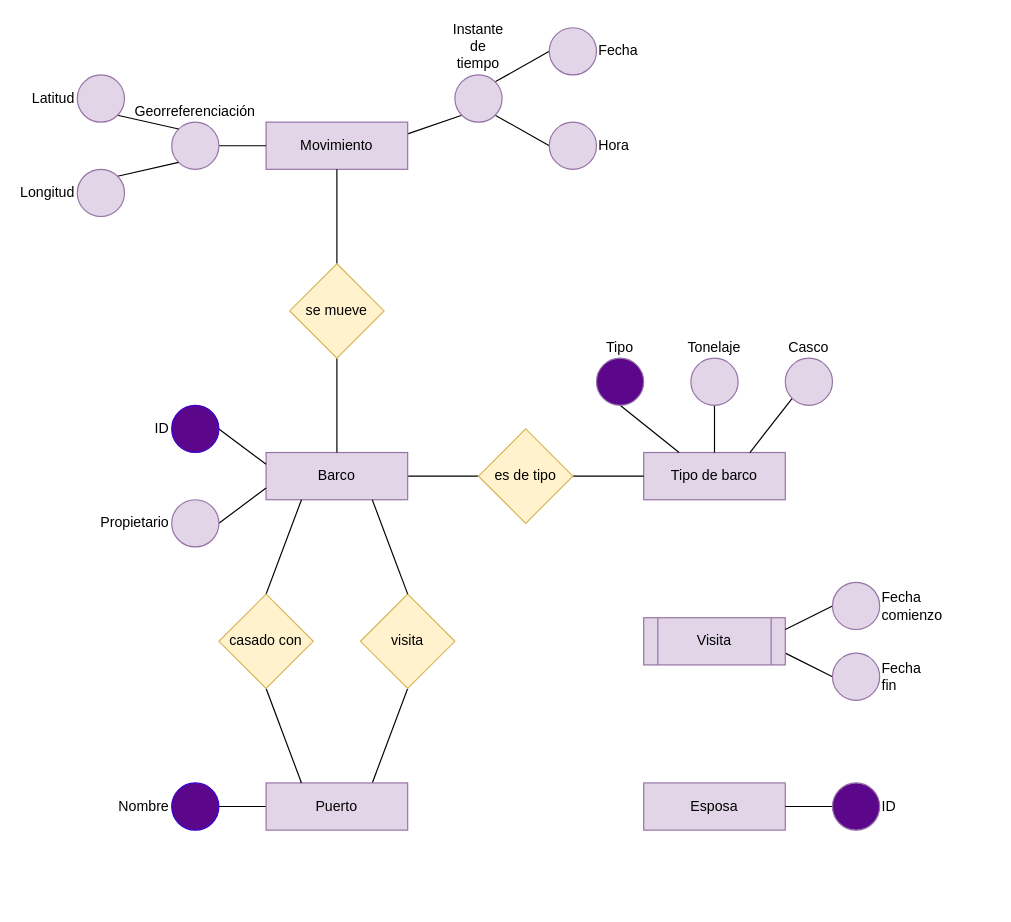
Above: relational-models/problems/ship-tracking.drawio in ull-cs/adbd (draw.io), before the change. Source tidied: cells renumbered, new cells numbered last; positions are measured from the earlier drawing's top-left corner, leaving out a move shared by most shapes. Both pictures are drawn from the tidied source at 118%, with x=0, y=0 at pixel (77, 27).
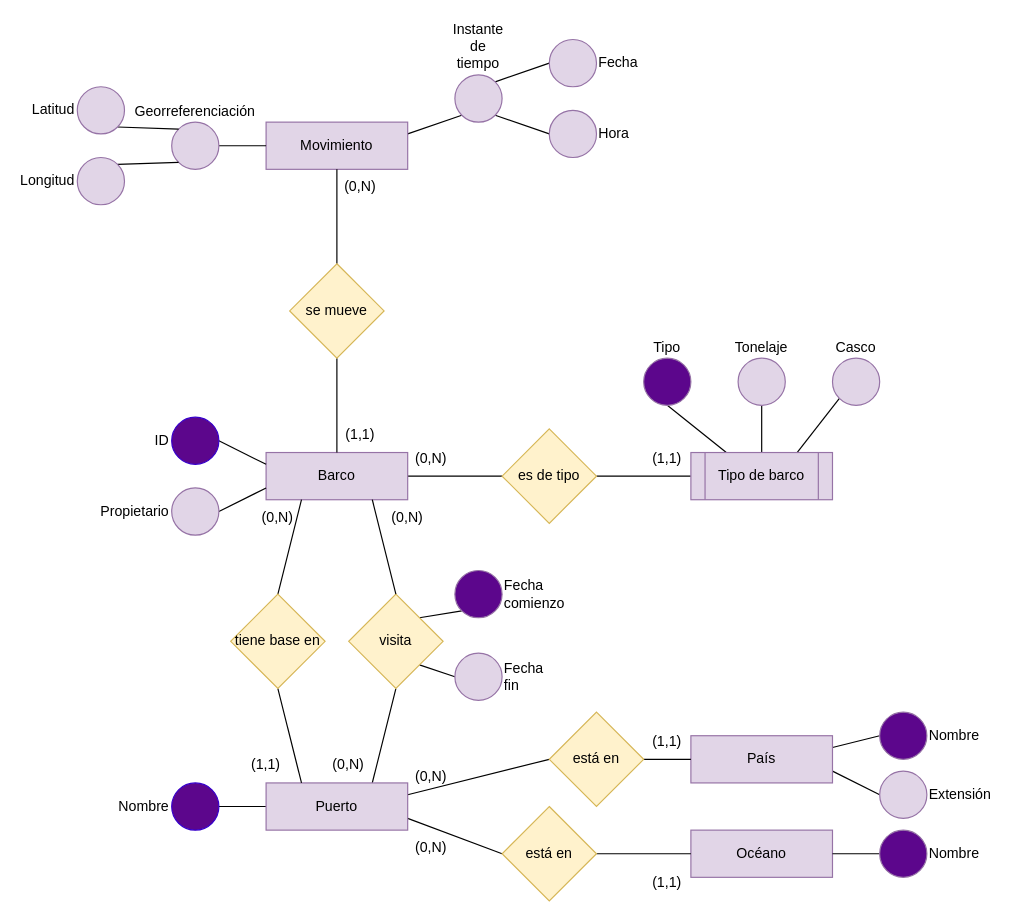
The same diagram, later.

The change refers to these unchanged cells:
```xml
<mxCell id="8" value="Puerto" style="rounded=0;whiteSpace=wrap;html=1;fillColor=#e1d5e7;strokeColor=#9673a6;" parent="1" vertex="1">
  <mxGeometry x="160" y="640" width="120" height="40" as="geometry" />
</mxCell>
```

Diff of the diagram source:
```diff
@@
-    <mxCell id="2" value="Esposa" style="rounded=0;whiteSpace=wrap;html=1;fillColor=#e1d5e7;strokeColor=#9673a6;" parent="1" vertex="1">
-      <mxGeometry x="480" y="640" width="120" height="40" as="geometry" />
+    <mxCell id="2" value="Océano" style="rounded=0;whiteSpace=wrap;html=1;fillColor=#e1d5e7;strokeColor=#9673a6;" parent="1" vertex="1">
+      <mxGeometry x="520" y="680" width="120" height="40" as="geometry" />
     </mxCell>
@@
+    <mxCell id="50" style="edgeStyle=none;html=1;exitX=1;exitY=0;exitDx=0;exitDy=0;entryX=0;entryY=1;entryDx=0;entryDy=0;endArrow=none;endFill=0;" parent="1" edge="1" source="6" target="71">
+      <mxGeometry relative="1" as="geometry" />
+    </mxCell>
+    <mxCell id="51" style="edgeStyle=none;html=1;exitX=1;exitY=1;exitDx=0;exitDy=0;entryX=0;entryY=0.5;entryDx=0;entryDy=0;endArrow=none;endFill=0;" parent="1" edge="1" source="6" target="72">
+      <mxGeometry relative="1" as="geometry" />
+    </mxCell>
     <mxCell id="6" value="visita" style="rhombus;whiteSpace=wrap;html=1;fillColor=#fff2cc;strokeColor=#d6b656;" parent="1" vertex="1">
-      <mxGeometry x="240" y="480" width="80" height="80" as="geometry" />
+      <mxGeometry x="230" y="480" width="80" height="80" as="geometry" />
     </mxCell>
@@
+    <mxCell id="52" style="edgeStyle=none;html=1;exitX=1;exitY=0.25;exitDx=0;exitDy=0;entryX=0;entryY=0.5;entryDx=0;entryDy=0;endArrow=none;endFill=0;" parent="1" edge="1" source="8" target="56">
+      <mxGeometry relative="1" as="geometry" />
+    </mxCell>
+    <mxCell id="53" style="edgeStyle=none;html=1;exitX=1;exitY=0.75;exitDx=0;exitDy=0;entryX=0;entryY=0.5;entryDx=0;entryDy=0;endArrow=none;endFill=0;" parent="1" edge="1" source="8" target="58">
+      <mxGeometry relative="1" as="geometry" />
+    </mxCell>
@@
-    <mxCell id="14" value="ID" style="ellipse;whiteSpace=wrap;html=1;fillColor=#5C068C;strokeColor=#9673a6;verticalAlign=middle;labelPosition=right;verticalLabelPosition=middle;align=left;" parent="1" vertex="1">
-      <mxGeometry x="640" y="640" width="40" height="40" as="geometry" />
+    <mxCell id="14" value="Nombre" style="ellipse;whiteSpace=wrap;html=1;fillColor=#5C068C;strokeColor=#9673a6;verticalAlign=middle;labelPosition=right;verticalLabelPosition=middle;align=left;" parent="1" vertex="1">
+      <mxGeometry x="680" y="680" width="40" height="40" as="geometry" />
     </mxCell>
@@
-    <mxCell id="16" style="edgeStyle=none;html=1;exitX=1;exitY=0.75;exitDx=0;exitDy=0;entryX=0;entryY=0.5;entryDx=0;entryDy=0;endArrow=none;endFill=0;" parent="1" edge="1" source="17" target="34">
+    <mxCell id="16" style="edgeStyle=none;html=1;exitX=1;exitY=0.75;exitDx=0;exitDy=0;entryX=0;entryY=0.5;entryDx=0;entryDy=0;endArrow=none;endFill=0;" parent="1" edge="1" source="54" target="34">
       <mxGeometry relative="1" as="geometry" />
     </mxCell>
-    <mxCell id="17" value="Visita" style="shape=process;whiteSpace=wrap;html=1;backgroundOutline=1;fillColor=#e1d5e7;strokeColor=#9673a6;" parent="1" vertex="1">
-      <mxGeometry x="480" y="500" width="120" height="40" as="geometry" />
-    </mxCell>
     <mxCell id="18" value="Fecha" style="ellipse;whiteSpace=wrap;html=1;fillColor=#e1d5e7;strokeColor=#9673a6;verticalAlign=middle;labelPosition=right;verticalLabelPosition=middle;align=left;" parent="1" vertex="1">
-      <mxGeometry x="400" width="40" height="40" as="geometry" />
+      <mxGeometry x="400" y="10" width="40" height="40" as="geometry" />
     </mxCell>
     <mxCell id="19" value="Hora" style="ellipse;whiteSpace=wrap;html=1;fillColor=#e1d5e7;strokeColor=#9673a6;verticalAlign=middle;labelPosition=right;verticalLabelPosition=middle;align=left;labelBackgroundColor=default;" parent="1" vertex="1">
-      <mxGeometry x="400" y="80" width="40" height="40" as="geometry" />
+      <mxGeometry x="400" y="70" width="40" height="40" as="geometry" />
     </mxCell>
@@
     <mxCell id="25" value="ID" style="ellipse;whiteSpace=wrap;html=1;fillColor=#5C068C;fontColor=#000000;strokeColor=#3700CC;verticalAlign=middle;labelPosition=left;verticalLabelPosition=middle;align=right;" parent="1" vertex="1">
-      <mxGeometry x="80" y="320" width="40" height="40" as="geometry" />
+      <mxGeometry x="80" y="330" width="40" height="40" as="geometry" />
     </mxCell>
@@
     <mxCell id="27" value="Propietario" style="ellipse;whiteSpace=wrap;html=1;fillColor=#e1d5e7;strokeColor=#9673a6;verticalAlign=middle;labelPosition=left;verticalLabelPosition=middle;align=right;" parent="1" vertex="1">
-      <mxGeometry x="80" y="400" width="40" height="40" as="geometry" />
+      <mxGeometry x="80" y="390" width="40" height="40" as="geometry" />
     </mxCell>
@@
-    <mxCell id="29" style="edgeStyle=none;html=1;exitX=0;exitY=0.5;exitDx=0;exitDy=0;entryX=1;entryY=0.25;entryDx=0;entryDy=0;endArrow=none;endFill=0;" parent="1" edge="1" source="30" target="17">
+    <mxCell id="29" style="edgeStyle=none;html=1;exitX=0;exitY=0.5;exitDx=0;exitDy=0;entryX=1;entryY=0.25;entryDx=0;entryDy=0;endArrow=none;endFill=0;" parent="1" edge="1" source="30" target="54">
       <mxGeometry relative="1" as="geometry" />
     </mxCell>
-    <mxCell id="30" value="Fecha comienzo" style="ellipse;whiteSpace=wrap;html=1;fillColor=#e1d5e7;strokeColor=#9673a6;verticalAlign=middle;labelPosition=right;verticalLabelPosition=middle;align=left;" parent="1" vertex="1">
-      <mxGeometry x="640" y="470" width="40" height="40" as="geometry" />
+    <mxCell id="30" value="Nombre" style="ellipse;whiteSpace=wrap;html=1;fillColor=#5C068C;strokeColor=#9673a6;verticalAlign=middle;labelPosition=right;verticalLabelPosition=middle;align=left;" parent="1" vertex="1">
+      <mxGeometry x="680" y="580" width="40" height="40" as="geometry" />
     </mxCell>
@@
-    <mxCell id="33" value="casado con" style="rhombus;whiteSpace=wrap;html=1;fillColor=#fff2cc;strokeColor=#d6b656;" parent="1" vertex="1">
-      <mxGeometry x="120" y="480" width="80" height="80" as="geometry" />
+    <mxCell id="33" value="tiene base en" style="rhombus;whiteSpace=wrap;html=1;fillColor=#fff2cc;strokeColor=#d6b656;" parent="1" vertex="1">
+      <mxGeometry x="130" y="480" width="80" height="80" as="geometry" />
     </mxCell>
-    <mxCell id="34" value="Fecha fin" style="ellipse;whiteSpace=wrap;html=1;fillColor=#e1d5e7;strokeColor=#9673a6;verticalAlign=middle;labelPosition=right;verticalLabelPosition=middle;align=left;" parent="1" vertex="1">
-      <mxGeometry x="640" y="530" width="40" height="40" as="geometry" />
+    <mxCell id="34" value="Extensión" style="ellipse;whiteSpace=wrap;html=1;fillColor=#e1d5e7;strokeColor=#9673a6;verticalAlign=middle;labelPosition=right;verticalLabelPosition=middle;align=left;" parent="1" vertex="1">
+      <mxGeometry x="680" y="630" width="40" height="40" as="geometry" />
     </mxCell>
@@
     <mxCell id="38" value="Latitud" style="ellipse;whiteSpace=wrap;html=1;fillColor=#e1d5e7;strokeColor=#9673a6;verticalAlign=middle;labelPosition=left;verticalLabelPosition=middle;align=right;" parent="1" vertex="1">
-      <mxGeometry y="40" width="40" height="40" as="geometry" />
+      <mxGeometry y="50" width="40" height="40" as="geometry" />
     </mxCell>
@@
     <mxCell id="40" value="Longitud" style="ellipse;whiteSpace=wrap;html=1;fillColor=#e1d5e7;strokeColor=#9673a6;verticalAlign=middle;labelPosition=left;verticalLabelPosition=middle;align=right;" parent="1" vertex="1">
-      <mxGeometry y="120" width="40" height="40" as="geometry" />
+      <mxGeometry y="110" width="40" height="40" as="geometry" />
     </mxCell>
-    <mxCell id="41" value="Tipo de barco" style="rounded=0;whiteSpace=wrap;html=1;fillColor=#e1d5e7;strokeColor=#9673a6;" parent="1" vertex="1">
-      <mxGeometry x="480" y="360" width="120" height="40" as="geometry" />
-    </mxCell>
-    <mxCell id="42" style="edgeStyle=none;html=1;exitX=1;exitY=0.5;exitDx=0;exitDy=0;entryX=0;entryY=0.5;entryDx=0;entryDy=0;endArrow=none;endFill=0;" parent="1" edge="1" source="43" target="41">
-      <mxGeometry relative="1" as="geometry" />
+    <mxCell id="42" style="edgeStyle=none;html=1;exitX=1;exitY=0.5;exitDx=0;exitDy=0;entryX=0;entryY=0.5;entryDx=0;entryDy=0;endArrow=none;endFill=0;" parent="1" edge="1" source="43">
+      <mxGeometry relative="1" as="geometry">
+        <mxPoint x="520" y="380" as="targetPoint" />
+      </mxGeometry>
     </mxCell>
     <mxCell id="43" value="es de tipo" style="rhombus;whiteSpace=wrap;html=1;fillColor=#fff2cc;strokeColor=#d6b656;" parent="1" vertex="1">
-      <mxGeometry x="340" y="340" width="80" height="80" as="geometry" />
+      <mxGeometry x="360" y="340" width="80" height="80" as="geometry" />
     </mxCell>
-    <mxCell id="44" style="edgeStyle=none;html=1;exitX=0.5;exitY=1;exitDx=0;exitDy=0;entryX=0.25;entryY=0;entryDx=0;entryDy=0;endArrow=none;endFill=0;" parent="1" edge="1" source="45" target="41">
-      <mxGeometry relative="1" as="geometry" />
+    <mxCell id="44" style="edgeStyle=none;html=1;exitX=0.5;exitY=1;exitDx=0;exitDy=0;entryX=0.25;entryY=0;entryDx=0;entryDy=0;endArrow=none;endFill=0;" parent="1" edge="1" source="45">
+      <mxGeometry relative="1" as="geometry">
+        <mxPoint x="550" y="360" as="targetPoint" />
+      </mxGeometry>
     </mxCell>
     <mxCell id="45" value="Tipo" style="ellipse;whiteSpace=wrap;html=1;fillColor=#5C068C;strokeColor=#9673a6;verticalAlign=bottom;labelPosition=center;verticalLabelPosition=top;align=center;" parent="1" vertex="1">
-      <mxGeometry x="440" y="280" width="40" height="40" as="geometry" />
+      <mxGeometry x="480" y="280" width="40" height="40" as="geometry" />
     </mxCell>
-    <mxCell id="46" style="edgeStyle=none;html=1;exitX=0.5;exitY=1;exitDx=0;exitDy=0;entryX=0.5;entryY=0;entryDx=0;entryDy=0;endArrow=none;endFill=0;" parent="1" edge="1" source="47" target="41">
-      <mxGeometry relative="1" as="geometry" />
+    <mxCell id="46" style="edgeStyle=none;html=1;exitX=0.5;exitY=1;exitDx=0;exitDy=0;entryX=0.5;entryY=0;entryDx=0;entryDy=0;endArrow=none;endFill=0;" parent="1" edge="1" source="47">
+      <mxGeometry relative="1" as="geometry">
+        <mxPoint x="580" y="360" as="targetPoint" />
+      </mxGeometry>
     </mxCell>
     <mxCell id="47" value="Tonelaje" style="ellipse;whiteSpace=wrap;html=1;fillColor=#e1d5e7;strokeColor=#9673a6;verticalAlign=bottom;labelPosition=center;verticalLabelPosition=top;align=center;" parent="1" vertex="1">
-      <mxGeometry x="520" y="280" width="40" height="40" as="geometry" />
+      <mxGeometry x="560" y="280" width="40" height="40" as="geometry" />
     </mxCell>
-    <mxCell id="48" style="edgeStyle=none;html=1;exitX=0;exitY=1;exitDx=0;exitDy=0;entryX=0.75;entryY=0;entryDx=0;entryDy=0;endArrow=none;endFill=0;" parent="1" edge="1" source="49" target="41">
-      <mxGeometry relative="1" as="geometry" />
+    <mxCell id="48" style="edgeStyle=none;html=1;exitX=0;exitY=1;exitDx=0;exitDy=0;entryX=0.75;entryY=0;entryDx=0;entryDy=0;endArrow=none;endFill=0;" parent="1" edge="1" source="49">
+      <mxGeometry relative="1" as="geometry">
+        <mxPoint x="610" y="360" as="targetPoint" />
+      </mxGeometry>
     </mxCell>
     <mxCell id="49" value="Casco" style="ellipse;whiteSpace=wrap;html=1;fillColor=#e1d5e7;strokeColor=#9673a6;verticalAlign=bottom;labelPosition=center;verticalLabelPosition=top;align=center;" parent="1" vertex="1">
-      <mxGeometry x="600" y="280" width="40" height="40" as="geometry" />
+      <mxGeometry x="640" y="280" width="40" height="40" as="geometry" />
     </mxCell>
+    <mxCell id="54" value="País" style="rounded=0;whiteSpace=wrap;html=1;fillColor=#e1d5e7;strokeColor=#9673a6;" parent="1" vertex="1">
+      <mxGeometry x="520" y="600" width="120" height="40" as="geometry" />
+    </mxCell>
+    <mxCell id="55" style="edgeStyle=none;html=1;exitX=1;exitY=0.5;exitDx=0;exitDy=0;entryX=0;entryY=0.5;entryDx=0;entryDy=0;endArrow=none;endFill=0;" parent="1" edge="1" source="56" target="54">
+      <mxGeometry relative="1" as="geometry" />
+    </mxCell>
+    <mxCell id="56" value="está en" style="rhombus;whiteSpace=wrap;html=1;fillColor=#fff2cc;strokeColor=#d6b656;" parent="1" vertex="1">
+      <mxGeometry x="400" y="580" width="80" height="80" as="geometry" />
+    </mxCell>
+    <mxCell id="57" style="edgeStyle=none;html=1;exitX=1;exitY=0.5;exitDx=0;exitDy=0;entryX=0;entryY=0.5;entryDx=0;entryDy=0;endArrow=none;endFill=0;" parent="1" edge="1" source="58" target="2">
+      <mxGeometry relative="1" as="geometry" />
+    </mxCell>
+    <mxCell id="58" value="está en" style="rhombus;whiteSpace=wrap;html=1;fillColor=#fff2cc;strokeColor=#d6b656;" parent="1" vertex="1">
+      <mxGeometry x="360" y="660" width="80" height="80" as="geometry" />
+    </mxCell>
+    <mxCell id="59" value="(1,1)" style="text;html=1;strokeColor=none;fillColor=none;align=center;verticalAlign=middle;whiteSpace=wrap;rounded=0;" parent="1" vertex="1">
+      <mxGeometry x="220" y="330" width="40" height="30" as="geometry" />
+    </mxCell>
+    <mxCell id="60" value="(0,N)" style="text;html=1;strokeColor=none;fillColor=none;align=center;verticalAlign=middle;whiteSpace=wrap;rounded=0;" parent="1" vertex="1">
+      <mxGeometry x="220" y="120" width="40" height="30" as="geometry" />
+    </mxCell>
+    <mxCell id="61" value="(1,1)" style="text;html=1;strokeColor=none;fillColor=none;align=center;verticalAlign=middle;whiteSpace=wrap;rounded=0;" parent="1" vertex="1">
+      <mxGeometry x="480" y="350" width="40" height="30" as="geometry" />
+    </mxCell>
+    <mxCell id="62" value="(1,1)" style="text;html=1;strokeColor=none;fillColor=none;align=center;verticalAlign=middle;whiteSpace=wrap;rounded=0;" parent="1" vertex="1">
+      <mxGeometry x="480" y="590" width="40" height="30" as="geometry" />
+    </mxCell>
+    <mxCell id="63" value="(0,N)" style="text;html=1;strokeColor=none;fillColor=none;align=center;verticalAlign=middle;whiteSpace=wrap;rounded=0;" parent="1" vertex="1">
+      <mxGeometry x="280" y="620" width="40" height="30" as="geometry" />
+    </mxCell>
+    <mxCell id="64" value="(0,N)" style="text;html=1;strokeColor=none;fillColor=none;align=center;verticalAlign=middle;whiteSpace=wrap;rounded=0;" parent="1" vertex="1">
+      <mxGeometry x="280" y="680" width="40" height="30" as="geometry" />
+    </mxCell>
+    <mxCell id="65" value="(1,1)" style="text;html=1;strokeColor=none;fillColor=none;align=center;verticalAlign=middle;whiteSpace=wrap;rounded=0;" parent="1" vertex="1">
+      <mxGeometry x="480" y="710" width="40" height="30" as="geometry" />
+    </mxCell>
+    <mxCell id="66" value="(1,1)" style="text;html=1;strokeColor=none;fillColor=none;align=center;verticalAlign=middle;whiteSpace=wrap;rounded=0;" parent="1" vertex="1">
+      <mxGeometry x="140" y="610" width="40" height="30" as="geometry" />
+    </mxCell>
+    <mxCell id="67" value="(0,N)" style="text;html=1;strokeColor=none;fillColor=none;align=center;verticalAlign=middle;whiteSpace=wrap;rounded=0;" parent="1" vertex="1">
+      <mxGeometry x="210" y="610" width="40" height="30" as="geometry" />
+    </mxCell>
+    <mxCell id="68" value="(0,N)" style="text;html=1;strokeColor=none;fillColor=none;align=center;verticalAlign=middle;whiteSpace=wrap;rounded=0;" parent="1" vertex="1">
+      <mxGeometry x="260" y="400" width="40" height="30" as="geometry" />
+    </mxCell>
+    <mxCell id="69" value="(0,N)" style="text;html=1;strokeColor=none;fillColor=none;align=center;verticalAlign=middle;whiteSpace=wrap;rounded=0;" parent="1" vertex="1">
+      <mxGeometry x="150" y="400" width="40" height="30" as="geometry" />
+    </mxCell>
+    <mxCell id="70" value="(0,N)" style="text;html=1;strokeColor=none;fillColor=none;align=center;verticalAlign=middle;whiteSpace=wrap;rounded=0;" parent="1" vertex="1">
+      <mxGeometry x="280" y="350" width="40" height="30" as="geometry" />
+    </mxCell>
+    <mxCell id="41" value="Tipo de barco" style="shape=process;whiteSpace=wrap;html=1;backgroundOutline=1;fillColor=#e1d5e7;strokeColor=#9673a6;" parent="1" vertex="1">
+      <mxGeometry x="520" y="360" width="120" height="40" as="geometry" />
+    </mxCell>
+    <mxCell id="71" value="Fecha comienzo" style="ellipse;whiteSpace=wrap;html=1;fillColor=#5C068C;strokeColor=#9673a6;verticalAlign=middle;labelPosition=right;verticalLabelPosition=middle;align=left;" parent="1" vertex="1">
+      <mxGeometry x="320" y="460" width="40" height="40" as="geometry" />
+    </mxCell>
+    <mxCell id="72" value="Fecha fin" style="ellipse;whiteSpace=wrap;html=1;fillColor=#e1d5e7;strokeColor=#9673a6;verticalAlign=middle;labelPosition=right;verticalLabelPosition=middle;align=left;" parent="1" vertex="1">
+      <mxGeometry x="320" y="530" width="40" height="40" as="geometry" />
+    </mxCell>
```
